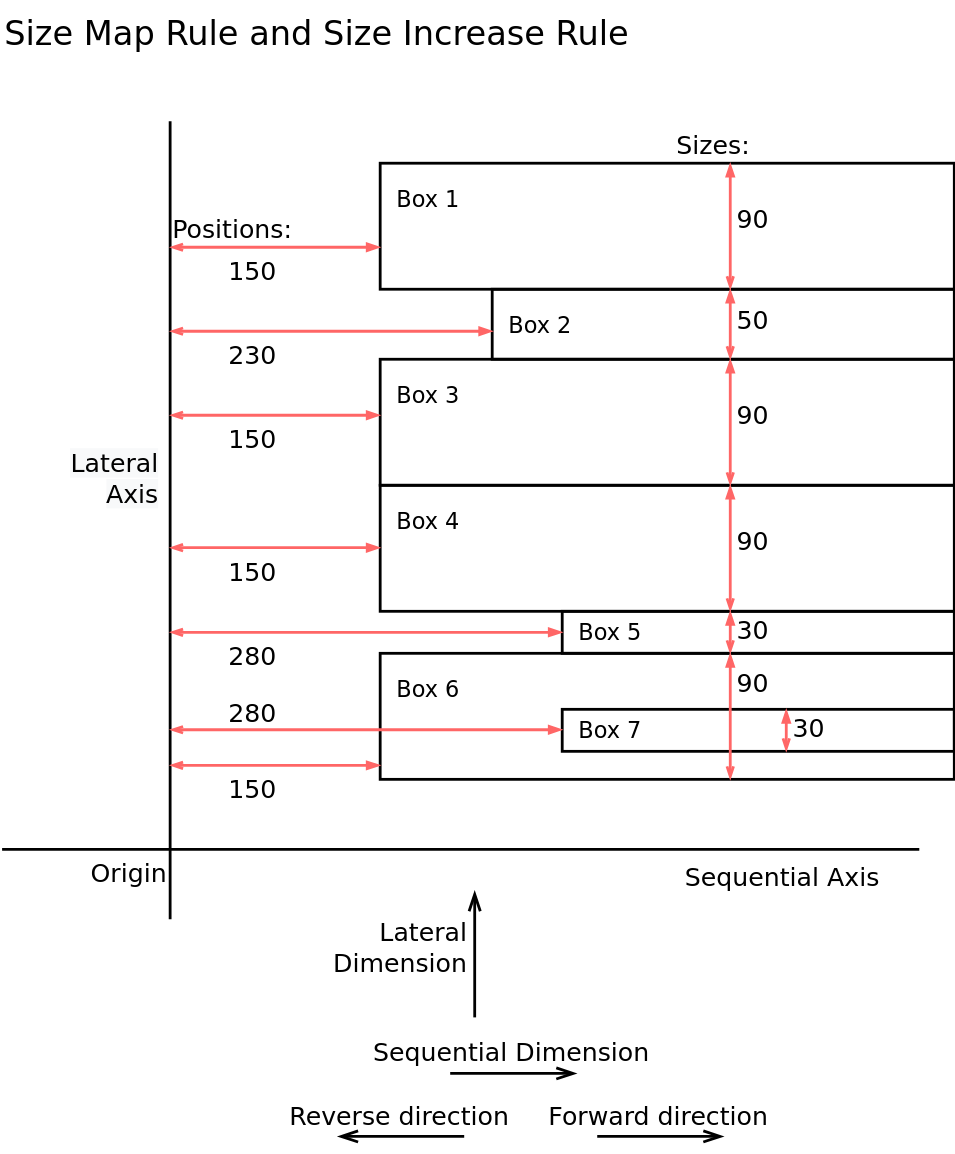
The draw.io diagram documents/Specification/03ZoomingRules/SizeMapAndIncreaseRules.svg in dasher-project/dasher-web, before a commit. Source tidied: cells renumbered, new cells last; positions are measured from the earlier drawing's top-left corner, leaving out a move shared by most shapes.
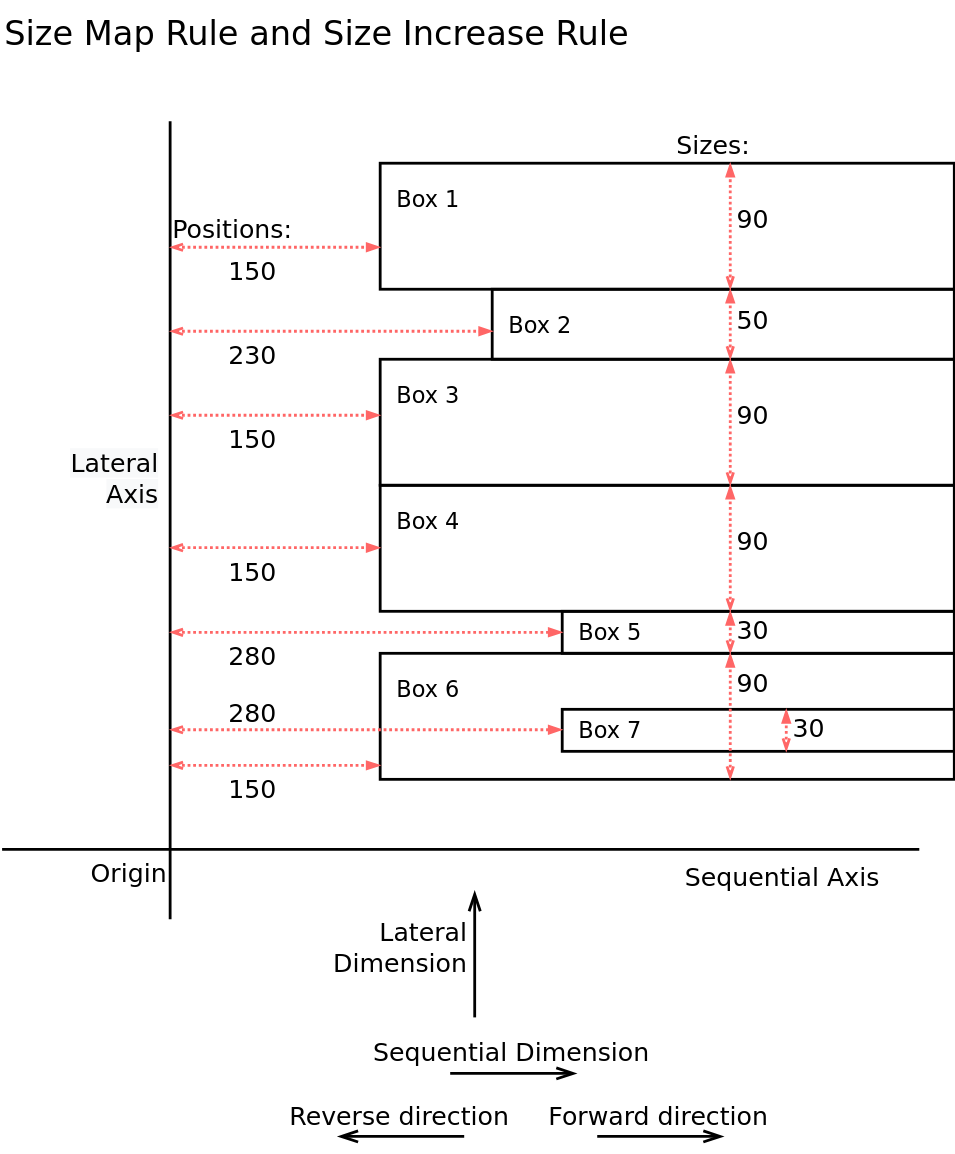
Above is the later version.

Commit message:
Change red lines to dotted, and remove all colour styles to prepare for dark mode support

The edit, as a diff of the source:
```diff
@@ -4,3 +4,3 @@
     <mxCell id="1" parent="0" />
-    <mxCell id="2" value="&lt;span style=&quot;color: rgb(0 , 0 , 0) ; font-family: &amp;quot;dejavu sans&amp;quot; ; font-size: 18px ; font-style: normal ; font-weight: 400 ; letter-spacing: normal ; text-indent: 0px ; text-transform: none ; word-spacing: 0px ; background-color: rgb(248 , 249 , 250) ; display: inline ; float: none&quot;&gt;Lateral&lt;br&gt;Axis&lt;/span&gt;" style="endArrow=none;html=1;fontSize=18;strokeWidth=2;endFill=0;endSize=10;labelBackgroundColor=none;spacingTop=0;align=right;rounded=0;elbow=vertical;fontFamily=DejaVu Sans;startArrow=none;startFill=0;strokeColor=#000000;spacing=9;verticalAlign=top;" parent="1" edge="1">
+    <mxCell id="2" value="Lateral&#10;Axis" style="endArrow=none;fontSize=18;strokeWidth=2;endFill=0;endSize=10;labelBackgroundColor=none;spacingTop=0;align=right;rounded=0;elbow=vertical;fontFamily=DejaVu Sans;startArrow=none;startFill=0;spacing=9;verticalAlign=top;" parent="1" edge="1">
       <mxGeometry x="-0.23" relative="1" as="geometry">
@@ -16,3 +16,3 @@
     </mxCell>
-    <mxCell id="4" value="Origin" style="rounded=0;shadow=0;comic=0;labelBackgroundColor=none;strokeWidth=2;fillColor=none;fontFamily=DejaVu Sans;fontSize=18;fontColor=#000000;align=right;arcSize=20;spacingTop=0;spacingLeft=0;spacing=2;spacingBottom=0;spacingRight=0;strokeColor=none;verticalAlign=top;" parent="1" vertex="1">
+    <mxCell id="4" value="Origin" style="rounded=0;shadow=0;comic=0;labelBackgroundColor=none;strokeWidth=2;fillColor=none;fontFamily=DejaVu Sans;fontSize=18;align=right;arcSize=20;spacingTop=0;spacingLeft=0;spacing=2;spacingBottom=0;spacingRight=0;strokeColor=none;verticalAlign=top;" parent="1" vertex="1">
       <mxGeometry x="20" y="605" width="100" height="30" as="geometry" />
@@ -26,3 +26,3 @@
     </mxCell>
-    <mxCell id="6" value="Size Map Rule and Size Increase Rule" style="rounded=0;shadow=0;comic=0;labelBackgroundColor=none;strokeWidth=2;fillColor=none;fontFamily=DejaVu Sans;fontSize=24;fontColor=#000000;align=left;arcSize=20;spacingTop=0;spacingLeft=0;spacing=2;spacingBottom=0;spacingRight=0;strokeColor=none;" parent="1" vertex="1">
+    <mxCell id="6" value="Size Map Rule and Size Increase Rule" style="rounded=0;shadow=0;comic=0;labelBackgroundColor=none;strokeWidth=2;fillColor=none;fontFamily=DejaVu Sans;fontSize=24;align=left;arcSize=20;spacingTop=0;spacingLeft=0;spacing=2;spacingBottom=0;spacingRight=0;strokeColor=none;" parent="1" vertex="1">
       <mxGeometry width="490" height="40" as="geometry" />
@@ -47,21 +47,21 @@
     </mxCell>
-    <mxCell id="10" value="Box 1" style="rounded=0;shadow=0;comic=0;labelBackgroundColor=none;strokeColor=#000000;strokeWidth=2;fontFamily=DejaVu Sans;fontSize=16;fontColor=#000000;align=left;arcSize=20;spacingTop=10;spacingLeft=10;spacing=2;spacingBottom=10;spacingRight=10;whiteSpace=wrap;verticalAlign=top;fillColor=none;" parent="1" vertex="1">
+    <mxCell id="10" value="Box 1" style="rounded=0;shadow=0;comic=0;labelBackgroundColor=none;strokeWidth=2;fontFamily=DejaVu Sans;fontSize=16;align=left;arcSize=20;spacingTop=10;spacingLeft=10;spacing=2;spacingBottom=10;spacingRight=10;whiteSpace=wrap;verticalAlign=top;fillColor=none;" parent="1" vertex="1">
       <mxGeometry x="270" y="115" width="410" height="90" as="geometry" />
     </mxCell>
-    <mxCell id="11" value="Box 2" style="rounded=0;shadow=0;comic=0;labelBackgroundColor=none;strokeColor=#000000;strokeWidth=2;fillColor=none;fontFamily=DejaVu Sans;fontSize=16;fontColor=#000000;align=left;arcSize=20;spacingTop=10;spacingLeft=10;spacing=2;spacingBottom=10;spacingRight=10;points=[[0.2, 0], [0.4, 0], [0.6, 0], [0.8, 0], [0.5,1]];whiteSpace=wrap;verticalAlign=top;" parent="1" vertex="1">
+    <mxCell id="11" value="Box 2" style="rounded=0;shadow=0;comic=0;labelBackgroundColor=none;strokeWidth=2;fillColor=none;fontFamily=DejaVu Sans;fontSize=16;align=left;arcSize=20;spacingTop=10;spacingLeft=10;spacing=2;spacingBottom=10;spacingRight=10;points=[[0.2, 0], [0.4, 0], [0.6, 0], [0.8, 0], [0.5,1]];whiteSpace=wrap;verticalAlign=top;" parent="1" vertex="1">
       <mxGeometry x="350" y="205" width="330" height="50" as="geometry" />
     </mxCell>
-    <mxCell id="12" value="Box 3" style="rounded=0;shadow=0;comic=0;labelBackgroundColor=none;strokeColor=#000000;strokeWidth=2;fillColor=none;fontFamily=DejaVu Sans;fontSize=16;fontColor=#000000;align=left;arcSize=20;spacingTop=10;spacingLeft=10;spacing=2;spacingBottom=10;spacingRight=10;whiteSpace=wrap;verticalAlign=top;" parent="1" vertex="1">
+    <mxCell id="12" value="Box 3" style="rounded=0;shadow=0;comic=0;labelBackgroundColor=none;strokeWidth=2;fillColor=none;fontFamily=DejaVu Sans;fontSize=16;align=left;arcSize=20;spacingTop=10;spacingLeft=10;spacing=2;spacingBottom=10;spacingRight=10;whiteSpace=wrap;verticalAlign=top;" parent="1" vertex="1">
       <mxGeometry x="270" y="255" width="410" height="90" as="geometry" />
     </mxCell>
-    <mxCell id="13" value="Box 4" style="rounded=0;shadow=0;comic=0;labelBackgroundColor=none;strokeColor=#000000;strokeWidth=2;fillColor=none;fontFamily=DejaVu Sans;fontSize=16;fontColor=#000000;align=left;arcSize=20;spacingTop=10;spacingLeft=10;spacing=2;spacingBottom=10;spacingRight=10;whiteSpace=wrap;verticalAlign=top;" parent="1" vertex="1">
+    <mxCell id="13" value="Box 4" style="rounded=0;shadow=0;comic=0;labelBackgroundColor=none;strokeWidth=2;fillColor=none;fontFamily=DejaVu Sans;fontSize=16;align=left;arcSize=20;spacingTop=10;spacingLeft=10;spacing=2;spacingBottom=10;spacingRight=10;whiteSpace=wrap;verticalAlign=top;" parent="1" vertex="1">
       <mxGeometry x="270" y="345" width="410" height="90" as="geometry" />
     </mxCell>
-    <mxCell id="14" value="Box 5" style="rounded=0;shadow=0;comic=0;labelBackgroundColor=none;strokeColor=#000000;strokeWidth=2;fillColor=none;fontFamily=DejaVu Sans;fontSize=16;fontColor=#000000;align=left;arcSize=20;spacingTop=10;spacingLeft=10;spacing=2;spacingBottom=10;spacingRight=10;whiteSpace=wrap;verticalAlign=middle;" parent="1" vertex="1">
+    <mxCell id="14" value="Box 5" style="rounded=0;shadow=0;comic=0;labelBackgroundColor=none;strokeWidth=2;fillColor=none;fontFamily=DejaVu Sans;fontSize=16;align=left;arcSize=20;spacingTop=10;spacingLeft=10;spacing=2;spacingBottom=10;spacingRight=10;whiteSpace=wrap;verticalAlign=middle;" parent="1" vertex="1">
       <mxGeometry x="400" y="435" width="280" height="30" as="geometry" />
     </mxCell>
-    <mxCell id="15" value="Box 6" style="rounded=0;shadow=0;comic=0;labelBackgroundColor=none;strokeColor=#000000;strokeWidth=2;fillColor=none;fontFamily=DejaVu Sans;fontSize=16;fontColor=#000000;align=left;arcSize=20;spacingTop=10;spacingLeft=10;spacing=2;spacingBottom=10;spacingRight=10;whiteSpace=wrap;verticalAlign=top;" parent="1" vertex="1">
+    <mxCell id="15" value="Box 6" style="rounded=0;shadow=0;comic=0;labelBackgroundColor=none;strokeWidth=2;fillColor=none;fontFamily=DejaVu Sans;fontSize=16;align=left;arcSize=20;spacingTop=10;spacingLeft=10;spacing=2;spacingBottom=10;spacingRight=10;whiteSpace=wrap;verticalAlign=top;" parent="1" vertex="1">
       <mxGeometry x="270" y="465" width="410" height="90" as="geometry" />
     </mxCell>
-    <mxCell id="16" value="90" style="endArrow=blockThin;fontSize=18;strokeWidth=2;endFill=1;endSize=5;labelBackgroundColor=none;spacingTop=0;align=left;rounded=0;elbow=vertical;fontFamily=DejaVu Sans;startArrow=openThin;startFill=0;startSize=5;verticalAlign=middle;spacing=5;anchorPointDirection=1;strokeColor=#FF6666;" parent="1" edge="1">
+    <mxCell id="16" value="90" style="endArrow=blockThin;fontSize=18;strokeWidth=2;endFill=1;endSize=5;labelBackgroundColor=none;spacingTop=0;align=left;rounded=0;elbow=vertical;fontFamily=DejaVu Sans;startArrow=openThin;startFill=0;startSize=5;verticalAlign=middle;spacing=5;anchorPointDirection=1;dashed=1;dashPattern=1 1;" parent="1" edge="1">
       <mxGeometry x="0.11" relative="1" as="geometry">
@@ -72,6 +72,6 @@
     </mxCell>
-    <mxCell id="17" value="Box 7" style="rounded=0;shadow=0;comic=0;labelBackgroundColor=none;strokeColor=#000000;strokeWidth=2;fillColor=none;fontFamily=DejaVu Sans;fontSize=16;fontColor=#000000;align=left;arcSize=20;spacingTop=10;spacingLeft=10;spacing=2;spacingBottom=10;spacingRight=10;whiteSpace=wrap;verticalAlign=middle;" parent="1" vertex="1">
+    <mxCell id="17" value="Box 7" style="rounded=0;shadow=0;comic=0;labelBackgroundColor=none;strokeWidth=2;fillColor=none;fontFamily=DejaVu Sans;fontSize=16;align=left;arcSize=20;spacingTop=10;spacingLeft=10;spacing=2;spacingBottom=10;spacingRight=10;whiteSpace=wrap;verticalAlign=middle;" parent="1" vertex="1">
       <mxGeometry x="400" y="505" width="280" height="30" as="geometry" />
     </mxCell>
-    <mxCell id="18" value="90" style="endArrow=blockThin;fontSize=18;strokeWidth=2;endFill=1;endSize=5;labelBackgroundColor=none;spacingTop=0;align=left;rounded=0;elbow=vertical;fontFamily=DejaVu Sans;startArrow=openThin;startFill=0;startSize=5;verticalAlign=middle;spacing=5;anchorPointDirection=1;strokeColor=#FF6666;" parent="1" edge="1">
+    <mxCell id="18" value="90" style="endArrow=blockThin;fontSize=18;strokeWidth=2;endFill=1;endSize=5;labelBackgroundColor=none;spacingTop=0;align=left;rounded=0;elbow=vertical;fontFamily=DejaVu Sans;startArrow=openThin;startFill=0;startSize=5;verticalAlign=middle;spacing=5;anchorPointDirection=1;dashed=1;dashPattern=1 1;" parent="1" edge="1">
       <mxGeometry x="0.11" relative="1" as="geometry">
@@ -82,3 +82,3 @@
     </mxCell>
-    <mxCell id="19" value="90" style="endArrow=blockThin;fontSize=18;strokeWidth=2;endFill=1;endSize=5;labelBackgroundColor=none;spacingTop=0;align=left;rounded=0;elbow=vertical;fontFamily=DejaVu Sans;startArrow=openThin;startFill=0;startSize=5;verticalAlign=middle;spacing=5;anchorPointDirection=1;strokeColor=#FF6666;" parent="1" edge="1">
+    <mxCell id="19" value="90" style="endArrow=blockThin;fontSize=18;strokeWidth=2;endFill=1;endSize=5;labelBackgroundColor=none;spacingTop=0;align=left;rounded=0;elbow=vertical;fontFamily=DejaVu Sans;startArrow=openThin;startFill=0;startSize=5;verticalAlign=middle;spacing=5;anchorPointDirection=1;dashed=1;dashPattern=1 1;" parent="1" edge="1">
       <mxGeometry x="0.11" relative="1" as="geometry">
@@ -89,3 +89,3 @@
     </mxCell>
-    <mxCell id="20" value="90" style="endArrow=blockThin;fontSize=18;strokeWidth=2;endFill=1;endSize=5;labelBackgroundColor=none;spacingTop=0;align=left;rounded=0;elbow=vertical;fontFamily=DejaVu Sans;startArrow=openThin;startFill=0;startSize=5;verticalAlign=middle;spacing=5;anchorPointDirection=1;strokeColor=#FF6666;" parent="1" edge="1">
+    <mxCell id="20" value="90" style="endArrow=blockThin;fontSize=18;strokeWidth=2;endFill=1;endSize=5;labelBackgroundColor=none;spacingTop=0;align=left;rounded=0;elbow=vertical;fontFamily=DejaVu Sans;startArrow=openThin;startFill=0;startSize=5;verticalAlign=middle;spacing=5;anchorPointDirection=1;dashed=1;dashPattern=1 1;" parent="1" edge="1">
       <mxGeometry x="0.56" relative="1" as="geometry">
@@ -95,3 +95,3 @@
     </mxCell>
-    <mxCell id="21" value="50" style="endArrow=blockThin;fontSize=18;strokeWidth=2;endFill=1;endSize=5;labelBackgroundColor=none;spacingTop=0;align=left;rounded=0;elbow=vertical;fontFamily=DejaVu Sans;startArrow=openThin;startFill=0;startSize=5;verticalAlign=middle;spacing=5;anchorPointDirection=1;strokeColor=#FF6666;" parent="1" edge="1">
+    <mxCell id="21" value="50" style="endArrow=blockThin;fontSize=18;strokeWidth=2;endFill=1;endSize=5;labelBackgroundColor=none;spacingTop=0;align=left;rounded=0;elbow=vertical;fontFamily=DejaVu Sans;startArrow=openThin;startFill=0;startSize=5;verticalAlign=middle;spacing=5;anchorPointDirection=1;dashed=1;dashPattern=1 1;" parent="1" edge="1">
       <mxGeometry x="0.11" relative="1" as="geometry">
@@ -102,3 +102,3 @@
     </mxCell>
-    <mxCell id="22" value="30" style="endArrow=blockThin;fontSize=18;strokeWidth=2;endFill=1;endSize=5;labelBackgroundColor=none;spacingTop=0;align=left;rounded=0;elbow=vertical;fontFamily=DejaVu Sans;startArrow=openThin;startFill=0;startSize=5;verticalAlign=middle;spacing=5;anchorPointDirection=1;strokeColor=#FF6666;" parent="1" edge="1">
+    <mxCell id="22" value="30" style="endArrow=blockThin;fontSize=18;strokeWidth=2;endFill=1;endSize=5;labelBackgroundColor=none;spacingTop=0;align=left;rounded=0;elbow=vertical;fontFamily=DejaVu Sans;startArrow=openThin;startFill=0;startSize=5;verticalAlign=middle;spacing=5;anchorPointDirection=1;dashed=1;dashPattern=1 1;" parent="1" edge="1">
       <mxGeometry x="0.11" relative="1" as="geometry">
@@ -109,3 +109,3 @@
     </mxCell>
-    <mxCell id="23" value="30" style="endArrow=blockThin;fontSize=18;strokeWidth=2;endFill=1;endSize=5;labelBackgroundColor=none;spacingTop=0;align=left;rounded=0;elbow=vertical;fontFamily=DejaVu Sans;startArrow=openThin;startFill=0;startSize=5;verticalAlign=middle;spacing=5;anchorPointDirection=1;strokeColor=#FF6666;" parent="1" edge="1">
+    <mxCell id="23" value="30" style="endArrow=blockThin;fontSize=18;strokeWidth=2;endFill=1;endSize=5;labelBackgroundColor=none;spacingTop=0;align=left;rounded=0;elbow=vertical;fontFamily=DejaVu Sans;startArrow=openThin;startFill=0;startSize=5;verticalAlign=middle;spacing=5;anchorPointDirection=1;dashed=1;dashPattern=1 1;" parent="1" edge="1">
       <mxGeometry x="0.11" relative="1" as="geometry">
@@ -116,3 +116,3 @@
     </mxCell>
-    <mxCell id="24" value="150" style="endArrow=blockThin;fontSize=18;strokeWidth=2;endFill=1;endSize=5;labelBackgroundColor=none;spacingTop=0;align=left;rounded=0;elbow=vertical;fontFamily=DejaVu Sans;startArrow=openThin;startFill=0;startSize=5;verticalAlign=top;strokeColor=#FF6666;" parent="1" edge="1">
+    <mxCell id="24" value="150" style="endArrow=blockThin;fontSize=18;strokeWidth=2;endFill=1;endSize=5;labelBackgroundColor=none;spacingTop=0;align=left;rounded=0;elbow=vertical;fontFamily=DejaVu Sans;startArrow=openThin;startFill=0;startSize=5;verticalAlign=top;dashed=1;dashPattern=1 1;" parent="1" edge="1">
       <mxGeometry x="-0.47" relative="1" as="geometry">
@@ -122,3 +122,3 @@
     </mxCell>
-    <mxCell id="25" value="230" style="endArrow=blockThin;fontSize=18;strokeWidth=2;endFill=1;endSize=5;labelBackgroundColor=none;spacingTop=0;align=left;rounded=0;elbow=vertical;fontFamily=DejaVu Sans;startArrow=openThin;startFill=0;startSize=5;verticalAlign=top;entryX=0.001;entryY=0.6;entryDx=0;entryDy=0;entryPerimeter=0;strokeColor=#FF6666;" parent="1" edge="1" target="11">
+    <mxCell id="25" value="230" style="endArrow=blockThin;fontSize=18;strokeWidth=2;endFill=1;endSize=5;labelBackgroundColor=none;spacingTop=0;align=left;rounded=0;elbow=vertical;fontFamily=DejaVu Sans;startArrow=openThin;startFill=0;startSize=5;verticalAlign=top;entryX=0.001;entryY=0.6;entryDx=0;entryDy=0;entryPerimeter=0;dashed=1;dashPattern=1 1;" parent="1" edge="1" target="11">
       <mxGeometry x="-0.65" relative="1" as="geometry">
@@ -127,3 +127,3 @@
     </mxCell>
-    <mxCell id="26" value="280" style="endArrow=blockThin;fontSize=18;strokeWidth=2;endFill=1;endSize=5;labelBackgroundColor=none;spacingTop=0;align=left;rounded=0;elbow=vertical;fontFamily=DejaVu Sans;startArrow=openThin;startFill=0;startSize=5;verticalAlign=top;strokeColor=#FF6666;" parent="1" edge="1">
+    <mxCell id="26" value="280" style="endArrow=blockThin;fontSize=18;strokeWidth=2;endFill=1;endSize=5;labelBackgroundColor=none;spacingTop=0;align=left;rounded=0;elbow=vertical;fontFamily=DejaVu Sans;startArrow=openThin;startFill=0;startSize=5;verticalAlign=top;dashed=1;dashPattern=1 1;" parent="1" edge="1">
       <mxGeometry x="-0.71" relative="1" as="geometry">
@@ -133,3 +133,3 @@
     </mxCell>
-    <mxCell id="27" value="150" style="endArrow=blockThin;fontSize=18;strokeWidth=2;endFill=1;endSize=5;labelBackgroundColor=none;spacingTop=0;align=left;rounded=0;elbow=vertical;fontFamily=DejaVu Sans;startArrow=openThin;startFill=0;startSize=5;verticalAlign=top;strokeColor=#FF6666;" parent="1" edge="1">
+    <mxCell id="27" value="150" style="endArrow=blockThin;fontSize=18;strokeWidth=2;endFill=1;endSize=5;labelBackgroundColor=none;spacingTop=0;align=left;rounded=0;elbow=vertical;fontFamily=DejaVu Sans;startArrow=openThin;startFill=0;startSize=5;verticalAlign=top;dashed=1;dashPattern=1 1;" parent="1" edge="1">
       <mxGeometry x="-0.47" relative="1" as="geometry">
@@ -139,3 +139,3 @@
     </mxCell>
-    <mxCell id="28" value="150" style="endArrow=blockThin;fontSize=18;strokeWidth=2;endFill=1;endSize=5;labelBackgroundColor=none;spacingTop=0;align=left;rounded=0;elbow=vertical;fontFamily=DejaVu Sans;startArrow=openThin;startFill=0;startSize=5;verticalAlign=top;strokeColor=#FF6666;" parent="1" edge="1">
+    <mxCell id="28" value="150" style="endArrow=blockThin;fontSize=18;strokeWidth=2;endFill=1;endSize=5;labelBackgroundColor=none;spacingTop=0;align=left;rounded=0;elbow=vertical;fontFamily=DejaVu Sans;startArrow=openThin;startFill=0;startSize=5;verticalAlign=top;dashed=1;dashPattern=1 1;" parent="1" edge="1">
       <mxGeometry x="-0.47" relative="1" as="geometry">
@@ -145,3 +145,3 @@
     </mxCell>
-    <mxCell id="29" value="150" style="endArrow=blockThin;fontSize=18;strokeWidth=2;endFill=1;endSize=5;labelBackgroundColor=none;spacingTop=0;align=left;rounded=0;elbow=vertical;fontFamily=DejaVu Sans;startArrow=openThin;startFill=0;startSize=5;verticalAlign=top;strokeColor=#FF6666;" parent="1" edge="1">
+    <mxCell id="29" value="150" style="endArrow=blockThin;fontSize=18;strokeWidth=2;endFill=1;endSize=5;labelBackgroundColor=none;spacingTop=0;align=left;rounded=0;elbow=vertical;fontFamily=DejaVu Sans;startArrow=openThin;startFill=0;startSize=5;verticalAlign=top;dashed=1;dashPattern=1 1;" parent="1" edge="1">
       <mxGeometry x="-0.47" relative="1" as="geometry">
@@ -151,3 +151,3 @@
     </mxCell>
-    <mxCell id="30" value="280" style="endArrow=blockThin;fontSize=18;strokeWidth=2;endFill=1;endSize=5;labelBackgroundColor=none;spacingTop=0;align=left;rounded=0;elbow=vertical;fontFamily=DejaVu Sans;startArrow=openThin;startFill=0;startSize=5;verticalAlign=bottom;strokeColor=#FF6666;" parent="1" edge="1">
+    <mxCell id="30" value="280" style="endArrow=blockThin;fontSize=18;strokeWidth=2;endFill=1;endSize=5;labelBackgroundColor=none;spacingTop=0;align=left;rounded=0;elbow=vertical;fontFamily=DejaVu Sans;startArrow=openThin;startFill=0;startSize=5;verticalAlign=bottom;dashed=1;dashPattern=1 1;" parent="1" edge="1">
       <mxGeometry x="-0.71" relative="1" as="geometry">
@@ -157,6 +157,6 @@
     </mxCell>
-    <mxCell id="31" value="Positions:" style="rounded=0;shadow=0;comic=0;labelBackgroundColor=none;strokeWidth=2;fillColor=none;fontFamily=DejaVu Sans;fontSize=18;fontColor=#000000;align=left;arcSize=20;spacingTop=0;spacingLeft=0;spacing=2;spacingBottom=0;spacingRight=0;strokeColor=none;verticalAlign=top;" parent="1" vertex="1">
+    <mxCell id="31" value="Positions:" style="rounded=0;shadow=0;comic=0;labelBackgroundColor=none;strokeWidth=2;fillColor=none;fontFamily=DejaVu Sans;fontSize=18;align=left;arcSize=20;spacingTop=0;spacingLeft=0;spacing=2;spacingBottom=0;spacingRight=0;strokeColor=none;verticalAlign=top;" parent="1" vertex="1">
       <mxGeometry x="120" y="145" width="110" height="30" as="geometry" />
     </mxCell>
-    <mxCell id="32" value="Sizes:" style="rounded=0;shadow=0;comic=0;labelBackgroundColor=none;strokeWidth=2;fillColor=none;fontFamily=DejaVu Sans;fontSize=18;fontColor=#000000;align=left;arcSize=20;spacingTop=0;spacingLeft=0;spacing=2;spacingBottom=0;spacingRight=0;strokeColor=none;verticalAlign=top;" parent="1" vertex="1">
+    <mxCell id="32" value="Sizes:" style="rounded=0;shadow=0;comic=0;labelBackgroundColor=none;strokeWidth=2;fillColor=none;fontFamily=DejaVu Sans;fontSize=18;align=left;arcSize=20;spacingTop=0;spacingLeft=0;spacing=2;spacingBottom=0;spacingRight=0;strokeColor=none;verticalAlign=top;" parent="1" vertex="1">
       <mxGeometry x="480" y="85" width="70" height="30" as="geometry" />
```
